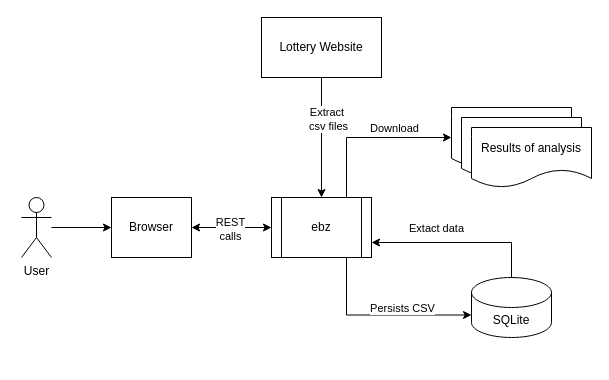
Before: page "ebz" (1 of 3) of assets/lotterystat.drawio in paulwizviz/lotterystat, a draw.io diagram. Source tidied: cells renumbered, new cells numbered last; positions are measured from the earlier drawing's top-left corner, leaving out a move shared by most shapes. Both pictures are drawn from the tidied source at 100%, with x=0, y=0 at pixel (21, 17).
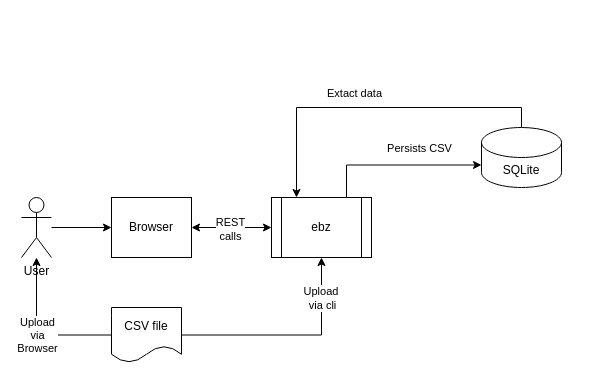
The same page after the edit.

Unchanged cells that the change refers to:
```xml
<mxCell id="7" value="ebz" style="shape=process;whiteSpace=wrap;html=1;backgroundOutline=1;" parent="1" vertex="1">
  <mxGeometry x="250" y="180" width="100" height="60" as="geometry" />
</mxCell>
<mxCell id="19" value="User" style="shape=umlActor;verticalLabelPosition=bottom;verticalAlign=top;html=1;outlineConnect=0;" parent="1" vertex="1">
  <mxGeometry y="180" width="30" height="60" as="geometry" />
</mxCell>
```

Diff of the diagram source:
```diff
@@
-    <mxCell id="2" style="edgeStyle=orthogonalEdgeStyle;rounded=0;jettySize=auto;html=1;" parent="1" edge="1" source="4" target="7">
-      <mxGeometry relative="1" as="geometry" />
-    </mxCell>
-    <mxCell id="3" value="Extract&amp;nbsp;&lt;div&gt;csv files&lt;/div&gt;" style="edgeLabel;html=1;align=center;verticalAlign=middle;" parent="2" vertex="1">
-      <mxGeometry x="-0.29" y="-2" relative="1" as="geometry">
-        <mxPoint x="8" y="-2" as="offset" />
-      </mxGeometry>
-    </mxCell>
-    <mxCell id="4" value="Lottery Website" style="rounded=0;whiteSpace=wrap;html=1;" parent="1" vertex="1">
-      <mxGeometry x="240" width="120" height="60" as="geometry" />
-    </mxCell>
-    <mxCell id="5" style="edgeStyle=orthogonalEdgeStyle;rounded=0;jettySize=auto;html=1;entryX=0;entryY=0.5;entryDx=0;entryDy=0;exitX=0.75;exitY=0;exitDx=0;exitDy=0;" parent="1" edge="1" source="7" target="15">
-      <mxGeometry relative="1" as="geometry" />
-    </mxCell>
-    <mxCell id="6" value="Download" style="edgeLabel;html=1;align=center;verticalAlign=middle;" parent="5" vertex="1">
-      <mxGeometry x="0.59" relative="1" as="geometry">
-        <mxPoint x="-24" y="-10" as="offset" />
-      </mxGeometry>
-    </mxCell>
@@
-    <mxCell id="8" style="edgeStyle=orthogonalEdgeStyle;rounded=0;jettySize=auto;html=1;entryX=1;entryY=0.75;entryDx=0;entryDy=0;exitX=0.5;exitY=0;exitDx=0;exitDy=0;exitPerimeter=0;" parent="1" edge="1" source="10" target="7">
+    <mxCell id="8" style="edgeStyle=orthogonalEdgeStyle;rounded=0;jettySize=auto;html=1;exitX=0.5;exitY=0;exitDx=0;exitDy=0;exitPerimeter=0;entryX=0.25;entryY=0;entryDx=0;entryDy=0;" parent="1" edge="1" source="10" target="7">
       <mxGeometry relative="1" as="geometry" />
     </mxCell>
@@
     <mxCell id="10" value="SQLite" style="shape=cylinder3;whiteSpace=wrap;html=1;boundedLbl=1;backgroundOutline=1;size=15;" parent="1" vertex="1">
-      <mxGeometry x="450" y="260" width="80" height="60" as="geometry" />
+      <mxGeometry x="460" y="110" width="80" height="60" as="geometry" />
     </mxCell>
-    <mxCell id="11" style="edgeStyle=orthogonalEdgeStyle;rounded=0;orthogonalLoop=1;jettySize=auto;html=1;exitX=0.5;exitY=1;exitDx=0;exitDy=0;" parent="1" edge="1" source="4" target="4">
-      <mxGeometry relative="1" as="geometry" />
-    </mxCell>
-    <mxCell id="12" style="edgeStyle=orthogonalEdgeStyle;rounded=0;jettySize=auto;html=1;exitX=0.75;exitY=1;exitDx=0;exitDy=0;entryX=0;entryY=0;entryDx=0;entryDy=37.5;entryPerimeter=0;" parent="1" edge="1" source="7" target="10">
+    <mxCell id="12" style="edgeStyle=orthogonalEdgeStyle;rounded=0;jettySize=auto;html=1;exitX=0.75;exitY=0;exitDx=0;exitDy=0;entryX=0;entryY=0;entryDx=0;entryDy=37.5;entryPerimeter=0;" parent="1" edge="1" source="7" target="10">
       <mxGeometry relative="1" as="geometry" />
     </mxCell>
     <mxCell id="13" value="Persists CSV" style="edgeLabel;html=1;align=center;verticalAlign=middle;" parent="12" vertex="1">
       <mxGeometry x="0.07" y="2" relative="1" as="geometry">
-        <mxPoint x="15" y="-5" as="offset" />
+        <mxPoint x="15" y="-15" as="offset" />
       </mxGeometry>
     </mxCell>
-    <mxCell id="14" style="group;" parent="1" vertex="1">
-      <mxGeometry x="430" y="90" width="140" height="80" as="geometry" />
-    </mxCell>
-    <mxCell id="15" style="shape=document;whiteSpace=wrap;html=1;boundedLbl=1;" parent="14" vertex="1">
-      <mxGeometry width="120" height="60" as="geometry" />
-    </mxCell>
-    <mxCell id="16" style="shape=document;whiteSpace=wrap;html=1;boundedLbl=1;" parent="14" vertex="1">
-      <mxGeometry x="10" y="10" width="120" height="60" as="geometry" />
-    </mxCell>
-    <mxCell id="17" value="Results of analysis" style="shape=document;whiteSpace=wrap;html=1;boundedLbl=1;" parent="14" vertex="1">
-      <mxGeometry x="20" y="20" width="120" height="60" as="geometry" />
-    </mxCell>
@@
+    <mxCell id="23" style="edgeStyle=orthogonalEdgeStyle;rounded=0;jettySize=auto;html=1;entryX=0.5;entryY=1;entryDx=0;entryDy=0;" parent="1" edge="1" source="27" target="7">
+      <mxGeometry relative="1" as="geometry" />
+    </mxCell>
+    <mxCell id="24" value="Upload&amp;nbsp;&lt;div&gt;via&amp;nbsp;&lt;span style=&quot;background-color: light-dark(#ffffff, var(--ge-dark-color, #121212)); color: light-dark(rgb(0, 0, 0), rgb(255, 255, 255));&quot;&gt;cli&lt;/span&gt;&lt;/div&gt;" style="edgeLabel;html=1;align=center;verticalAlign=middle;" parent="23" vertex="1">
+      <mxGeometry x="0.07" relative="1" as="geometry">
+        <mxPoint x="24" y="-37" as="offset" />
+      </mxGeometry>
+    </mxCell>
+    <mxCell id="25" style="edgeStyle=orthogonalEdgeStyle;rounded=0;jettySize=auto;html=1;" parent="1" edge="1" source="27" target="19">
+      <mxGeometry relative="1" as="geometry" />
+    </mxCell>
+    <mxCell id="26" value="Upload&lt;div&gt;via&lt;br&gt;Browser&lt;/div&gt;" style="edgeLabel;html=1;align=center;verticalAlign=middle;" parent="25" vertex="1">
+      <mxGeometry x="-0.29" y="-3" relative="1" as="geometry">
+        <mxPoint x="-21" y="3" as="offset" />
+      </mxGeometry>
+    </mxCell>
+    <mxCell id="27" value="CSV file" style="shape=document;whiteSpace=wrap;html=1;boundedLbl=1;" parent="1" vertex="1">
+      <mxGeometry x="90" y="290" width="70" height="55" as="geometry" />
+    </mxCell>
```
